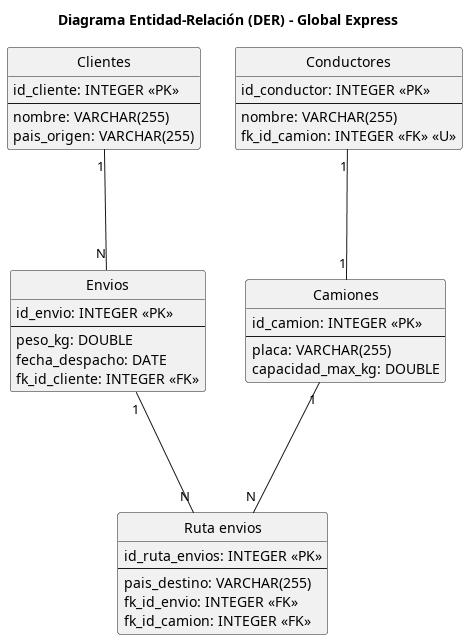
This is global_express/GLOBAL_EXPRESS.png from adjgc/Database, a PlantUML export, as it was before one commit.
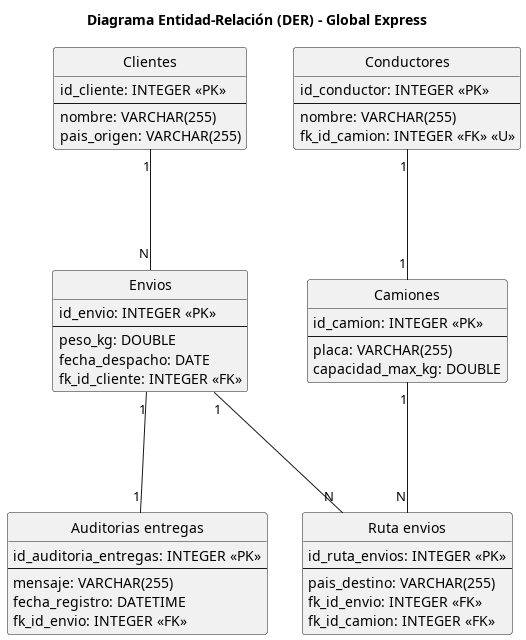
Later version of the same file.

Commit message:
docs: Actualiza imagen de diagrama entidad-relacion

Change to the diagram source:
```diff
@@ -40,6 +40,14 @@
     fk_id_camion: INTEGER <<FK>>
 }
 
+entity "Auditorias entregas" as auditorias_entregas {
+    id_auditoria_entregas: INTEGER <<PK>>
+    ---
+    mensaje: VARCHAR(255)
+    fecha_registro: DATETIME
+    fk_id_envio: INTEGER <<FK>>
+}
+
 clientes "1" --- "N" envios
 
 conductores "1" --- "1" camiones
@@ -47,4 +55,6 @@
 camiones "1" --- "N" ruta_envios
 envios "1" --- "N" ruta_envios
 
+envios "1" --- "1" auditorias_entregas
+
 @enduml
```
